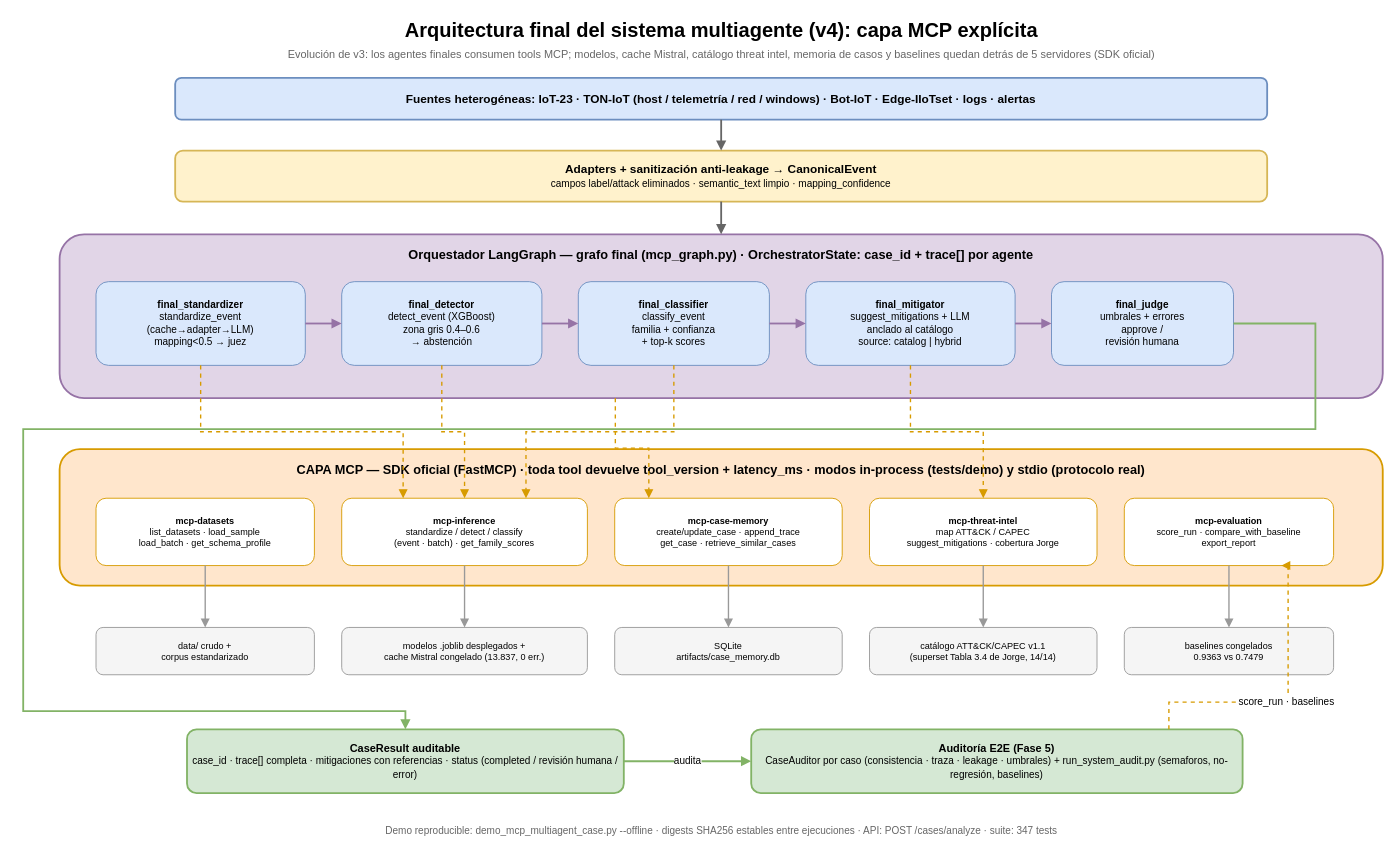
Before: docs/comparativa_arquitectura_tfm_v4_mcp.drawio in ManuelGRT/multi-agent-iot-threat-analysis, a draw.io diagram. Source tidied: cells renumbered, new cells numbered last; positions are measured from the earlier drawing's top-left corner, leaving out a move shared by most shapes. Both pictures are drawn from the tidied source at 91%, with x=0, y=0 at pixel (23, 15).
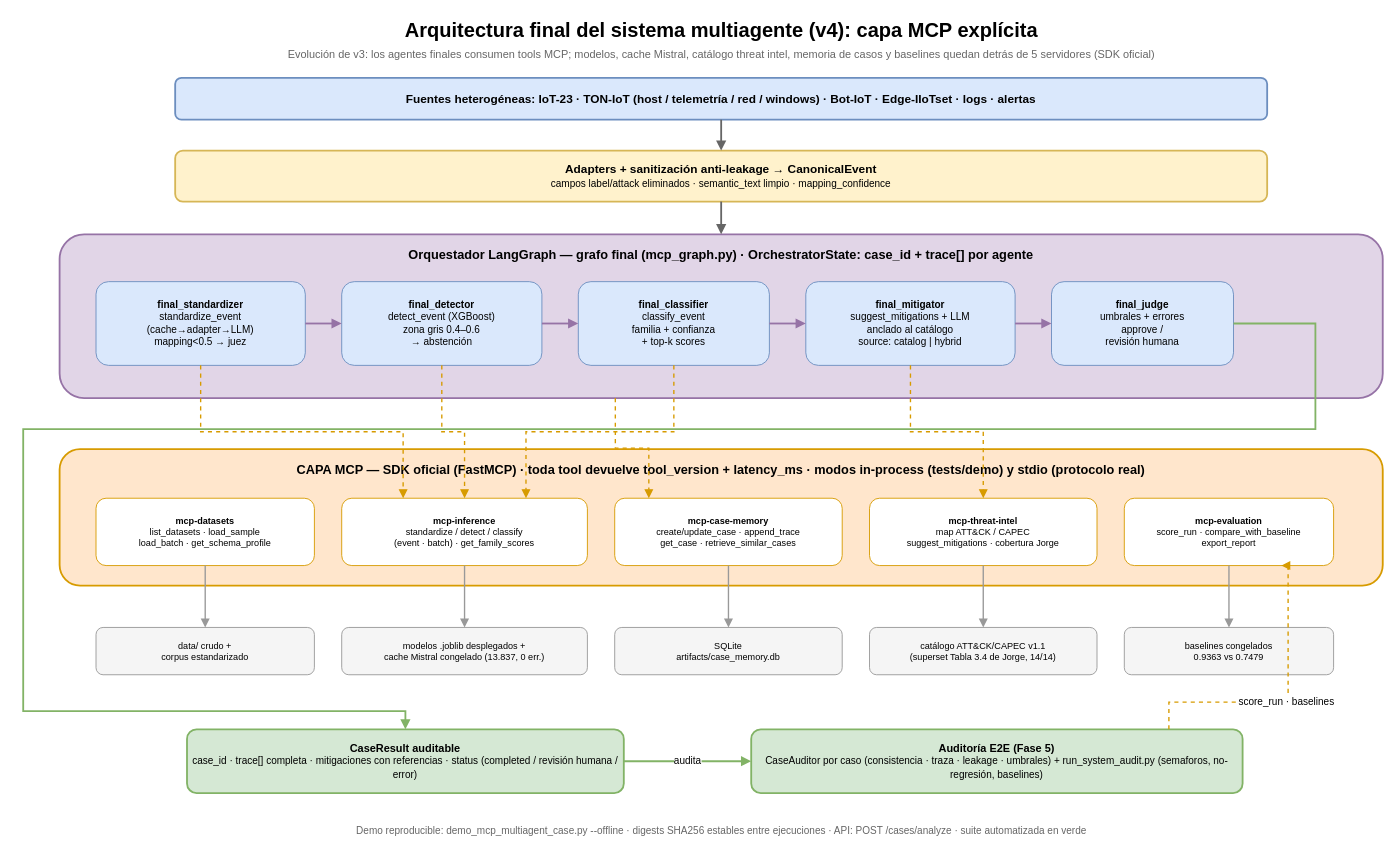
The same diagram, later.

The edit, as a diff of the source:
```diff
@@
-    <mxCell id="25" value="Demo reproducible: demo_mcp_multiagent_case.py --offline · digests SHA256 estables entre ejecuciones · API: POST /cases/analyze · suite: 347 tests" style="text;html=1;strokeColor=none;fillColor=none;align=center;verticalAlign=middle;fontSize=11;fontColor=#666666;" parent="1" vertex="1">
+    <mxCell id="25" value="Demo reproducible: demo_mcp_multiagent_case.py --offline · digests SHA256 estables entre ejecuciones · API: POST /cases/analyze · suite automatizada en verde" style="text;html=1;strokeColor=none;fillColor=none;align=center;verticalAlign=middle;fontSize=11;fontColor=#666666;" parent="1" vertex="1">
       <mxGeometry x="67" y="884" width="1400" height="22" as="geometry" />
     </mxCell>
```
